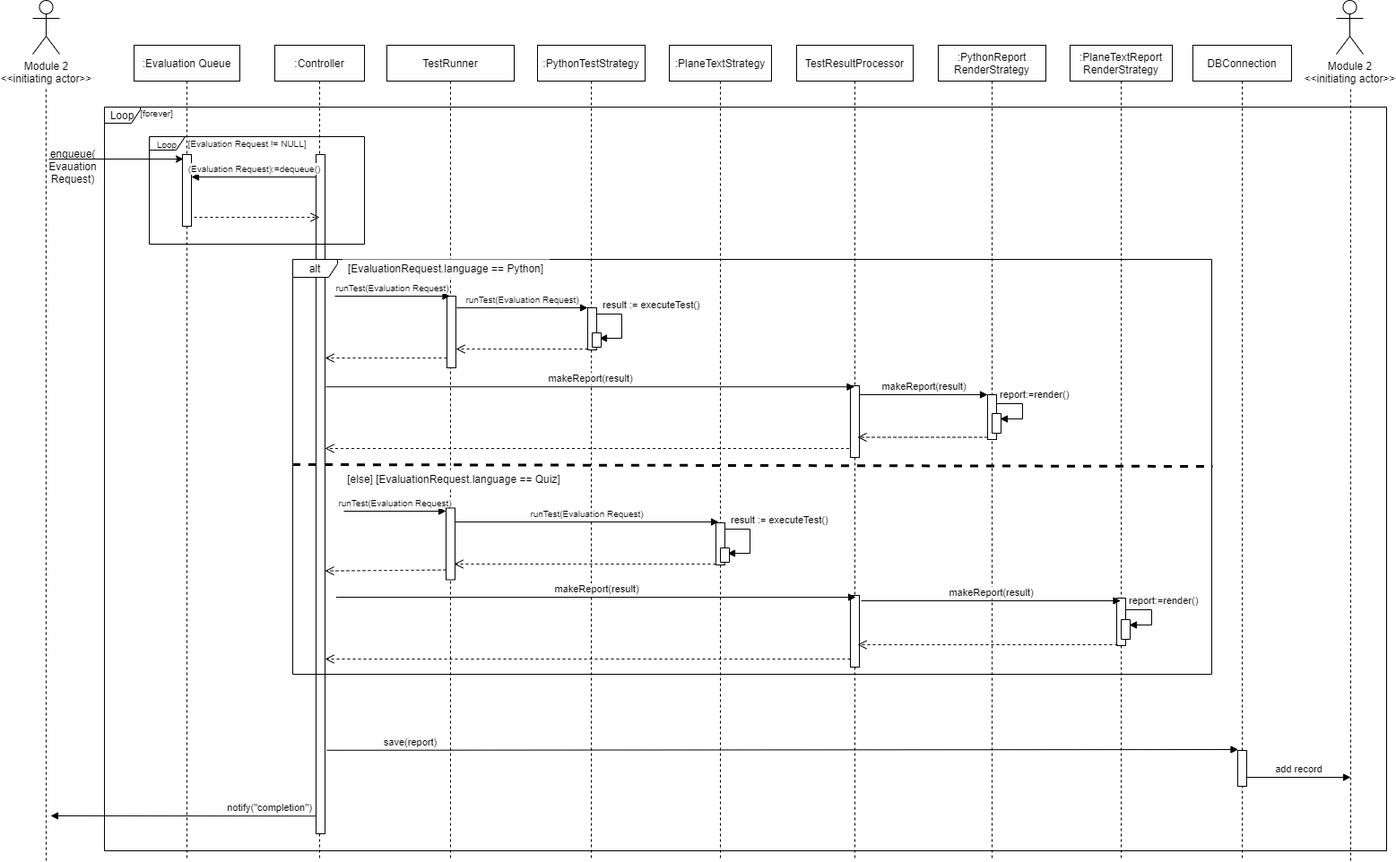
The draw.io diagram System Design/Module3_SystemCore/img/Object_Sequence_Diagram_301.png in SSSSEN666789/SPAMS, before a commit. Source tidied: cells renumbered, new cells last; positions are measured from the earlier drawing's top-left corner, leaving out a move shared by most shapes.
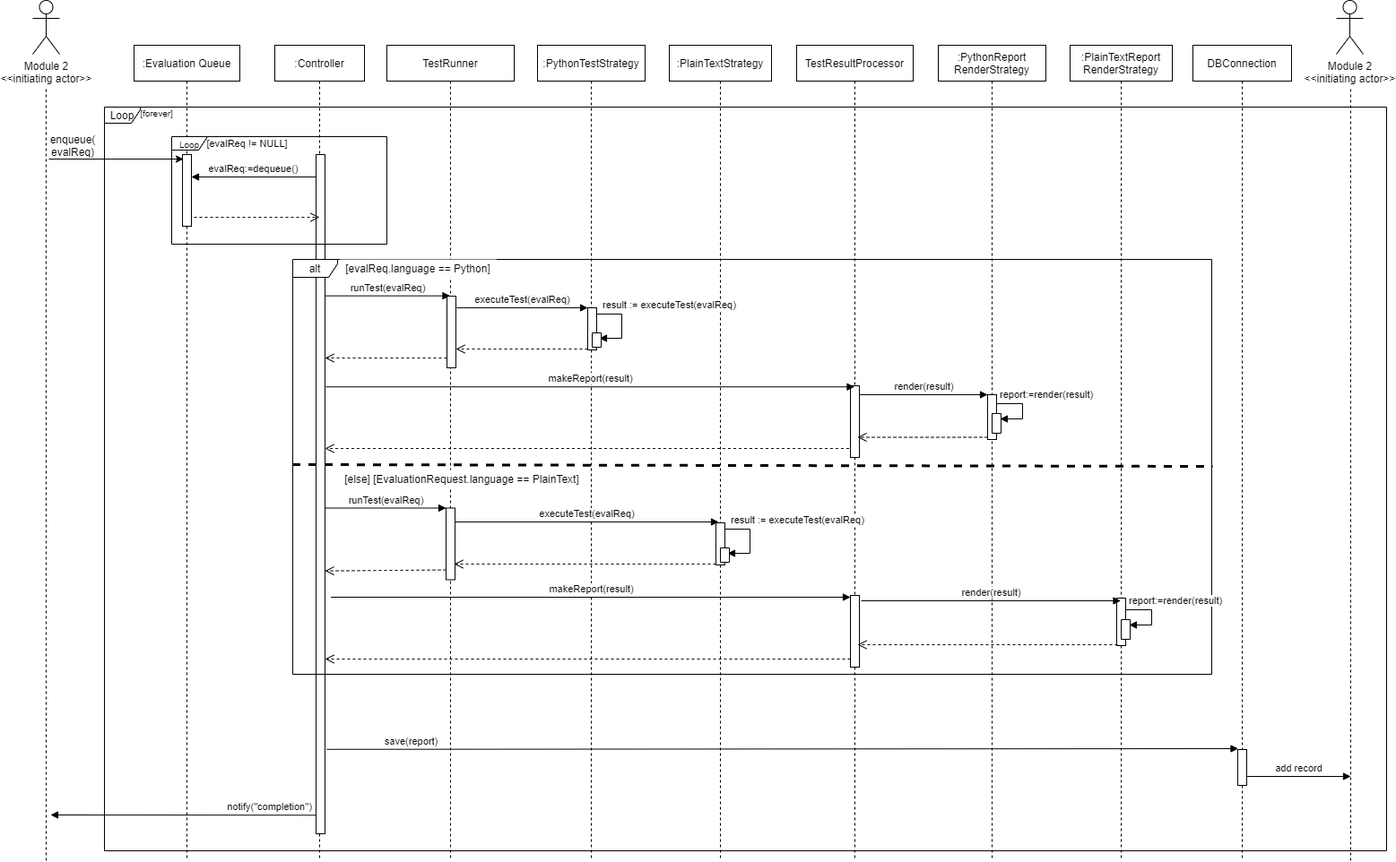
After the change.

Commit message:
Module3-SSD_modify

What changed in the source:
```diff
@@ -2,9 +2,10 @@
   <root>
     <mxCell id="0" />
     <mxCell id="1" parent="0" />
-    <mxCell id="2" value="notify(&quot;completion&quot;)" style="html=1;verticalAlign=bottom;endArrow=block;exitX=0.4;exitY=0.974;exitDx=0;exitDy=0;exitPerimeter=0;" parent="1" edge="1" source="13">
+    <mxCell id="2" value="notify(&quot;completion&quot;)" style="html=1;verticalAlign=bottom;endArrow=block;exitX=0.4;exitY=0.974;exitDx=0;exitDy=0;exitPerimeter=0;" parent="1" edge="1">
       <mxGeometry x="-0.63" relative="1" as="geometry">
-        <mxPoint x="20" y="910" as="targetPoint" />
+        <mxPoint x="320" y="909.3" as="sourcePoint" />
+        <mxPoint x="20" y="909" as="targetPoint" />
       </mxGeometry>
     </mxCell>
     <mxCell id="3" value="Loop" style="shape=umlFrame;whiteSpace=wrap;html=1;width=40;height=18;" parent="1" vertex="1">
@@ -40,8 +41,8 @@
         <mxPoint x="1469.9" y="98" as="targetPoint" />
       </mxGeometry>
     </mxCell>
-    <mxCell id="11" value="enqueue(&lt;br&gt;Evauation&lt;br&gt;Request)" style="text;html=1;strokeColor=none;fillColor=none;align=center;verticalAlign=middle;whiteSpace=wrap;rounded=0;" parent="1" vertex="1">
-      <mxGeometry x="10" y="150" width="70" height="70" as="geometry" />
+    <mxCell id="11" value="enqueue(&lt;br&gt;evalReq)" style="text;html=1;strokeColor=none;fillColor=none;align=center;verticalAlign=middle;whiteSpace=wrap;rounded=0;" parent="1" vertex="1">
+      <mxGeometry x="10" y="127" width="70" height="70" as="geometry" />
     </mxCell>
     <mxCell id="12" style="html=1;perimeter=orthogonalPerimeter;" parent="1" vertex="1">
       <mxGeometry x="167" y="172" width="10" height="80" as="geometry" />
@@ -49,7 +50,7 @@
     <mxCell id="13" style="html=1;points=[];perimeter=orthogonalPerimeter;" parent="1" vertex="1">
       <mxGeometry x="316" y="172" width="10" height="758" as="geometry" />
     </mxCell>
-    <mxCell id="14" value="&lt;font style=&quot;font-size: 10px&quot;&gt;(Evaluation Request):=dequeue()&lt;/font&gt;" style="html=1;verticalAlign=bottom;endArrow=block;" parent="1" edge="1" source="13">
+    <mxCell id="14" value="&lt;font style=&quot;font-size: 11px&quot;&gt;evalReq:=dequeue()&lt;/font&gt;" style="html=1;verticalAlign=bottom;endArrow=block;" parent="1" edge="1" source="13">
       <mxGeometry relative="1" as="geometry">
         <mxPoint x="177" y="197" as="targetPoint" />
       </mxGeometry>
@@ -63,11 +64,6 @@
     <mxCell id="16" value="TestRunner" style="shape=umlLifeline;perimeter=lifelinePerimeter;whiteSpace=wrap;html=1;outlineConnect=0;" parent="1" vertex="1">
       <mxGeometry x="395" y="50" width="142" height="910" as="geometry" />
     </mxCell>
-    <mxCell id="17" value="&lt;font style=&quot;font-size: 10px&quot;&gt;runTest(Evaluation Request)&lt;/font&gt;" style="html=1;verticalAlign=bottom;endArrow=block;" parent="16" edge="1" target="18">
-      <mxGeometry relative="1" as="geometry">
-        <mxPoint x="-48" y="520" as="sourcePoint" />
-      </mxGeometry>
-    </mxCell>
     <mxCell id="18" style="html=1;points=[];perimeter=orthogonalPerimeter;fillColor=#FFFFFF;" parent="16" vertex="1">
       <mxGeometry x="66" y="516.5" width="10" height="80" as="geometry" />
     </mxCell>
@@ -87,23 +83,24 @@
       <mxGeometry x="1294" y="50" width="110" height="910" as="geometry" />
     </mxCell>
     <mxCell id="24" style="html=1;perimeter=orthogonalPerimeter;" parent="23" vertex="1">
-      <mxGeometry x="50" y="787" width="10" height="40" as="geometry" />
+      <mxGeometry x="50" y="786" width="10" height="40" as="geometry" />
     </mxCell>
     <mxCell id="25" value="&lt;font style=&quot;font-size: 10px&quot;&gt;Loop&lt;/font&gt;" style="shape=umlFrame;whiteSpace=wrap;html=1;width=40;height=15;" parent="1" vertex="1">
-      <mxGeometry x="130" y="152" width="240" height="120" as="geometry" />
+      <mxGeometry x="155" y="152" width="240" height="120" as="geometry" />
     </mxCell>
-    <mxCell id="26" value="&lt;font style=&quot;font-size: 10px&quot;&gt;[Evaluation Request != NULL]&lt;/font&gt;" style="text;html=1;strokeColor=none;fillColor=none;align=center;verticalAlign=middle;whiteSpace=wrap;rounded=0;" parent="1" vertex="1">
+    <mxCell id="26" value="&lt;font style=&quot;font-size: 11px&quot;&gt;[evalReq != NULL]&lt;/font&gt;" style="text;html=1;strokeColor=none;fillColor=none;align=center;verticalAlign=middle;whiteSpace=wrap;rounded=0;" parent="1" vertex="1">
       <mxGeometry x="168" y="149" width="143" height="20" as="geometry" />
     </mxCell>
-    <mxCell id="27" value="save(report)" style="html=1;verticalAlign=bottom;endArrow=block;exitX=1.2;exitY=0.877;exitDx=0;exitDy=0;exitPerimeter=0;" parent="1" edge="1" source="13">
+    <mxCell id="27" value="save(report)" style="html=1;verticalAlign=bottom;endArrow=block;exitX=1.2;exitY=0.877;exitDx=0;exitDy=0;exitPerimeter=0;" parent="1" edge="1">
       <mxGeometry x="-0.82" relative="1" as="geometry">
-        <mxPoint x="1344.5" y="836" as="targetPoint" />
+        <mxPoint x="328" y="835.8" as="sourcePoint" />
+        <mxPoint x="1344.5" y="835" as="targetPoint" />
       </mxGeometry>
     </mxCell>
     <mxCell id="28" value="add record" style="html=1;verticalAlign=bottom;endArrow=block;" parent="1" edge="1">
       <mxGeometry relative="1" as="geometry">
-        <mxPoint x="1354" y="867" as="sourcePoint" />
-        <mxPoint x="1470" y="867" as="targetPoint" />
+        <mxPoint x="1354" y="866" as="sourcePoint" />
+        <mxPoint x="1470" y="866" as="targetPoint" />
       </mxGeometry>
     </mxCell>
     <mxCell id="29" value="&lt;font style=&quot;font-size: 10px&quot;&gt;[forever]&lt;/font&gt;" style="text;html=1;strokeColor=none;fillColor=none;align=center;verticalAlign=middle;whiteSpace=wrap;rounded=0;" parent="1" vertex="1">
@@ -112,7 +109,7 @@
     <mxCell id="30" value=":PythonTestStrategy" style="shape=umlLifeline;perimeter=lifelinePerimeter;whiteSpace=wrap;html=1;" parent="1" vertex="1">
       <mxGeometry x="563" y="50" width="120" height="910" as="geometry" />
     </mxCell>
-    <mxCell id="31" value=":PlaneTextStrategy" style="shape=umlLifeline;perimeter=lifelinePerimeter;whiteSpace=wrap;html=1;" parent="1" vertex="1">
+    <mxCell id="31" value=":PlainTextStrategy" style="shape=umlLifeline;perimeter=lifelinePerimeter;whiteSpace=wrap;html=1;" parent="1" vertex="1">
       <mxGeometry x="710" y="50" width="114" height="910" as="geometry" />
     </mxCell>
     <mxCell id="32" style="html=1;points=[];perimeter=orthogonalPerimeter;fillColor=#FFFFFF;" parent="31" vertex="1">
@@ -124,7 +121,7 @@
     <mxCell id="34" style="html=1;points=[];perimeter=orthogonalPerimeter;fillColor=#FFFFFF;" parent="33" vertex="1">
       <mxGeometry x="55" y="390" width="10" height="50" as="geometry" />
     </mxCell>
-    <mxCell id="35" value=":PlaneTextReport&lt;br&gt;RenderStrategy" style="shape=umlLifeline;perimeter=lifelinePerimeter;whiteSpace=wrap;html=1;outlineConnect=0;" parent="1" vertex="1">
+    <mxCell id="35" value=":PlainTextReport&lt;br&gt;RenderStrategy" style="shape=umlLifeline;perimeter=lifelinePerimeter;whiteSpace=wrap;html=1;outlineConnect=0;" parent="1" vertex="1">
       <mxGeometry x="1157" y="50" width="114" height="910" as="geometry" />
     </mxCell>
     <mxCell id="36" style="html=1;perimeter=orthogonalPerimeter;fillColor=#FFFFFF;" parent="35" vertex="1">
@@ -133,24 +130,22 @@
     <mxCell id="37" value="alt" style="shape=umlFrame;whiteSpace=wrap;html=1;width=50;height=20;" parent="1" vertex="1">
       <mxGeometry x="290" y="289" width="1025" height="463" as="geometry" />
     </mxCell>
-    <mxCell id="38" value="[EvaluationRequest.language == Python]" style="text;html=1;strokeColor=none;fillColor=#FFFFFF;align=center;verticalAlign=middle;whiteSpace=wrap;rounded=0;" parent="1" vertex="1">
-      <mxGeometry x="346" y="289" width="230" height="20" as="geometry" />
+    <mxCell id="38" value="[evalReq.language == Python]" style="text;html=1;strokeColor=none;fillColor=#FFFFFF;align=center;verticalAlign=middle;whiteSpace=wrap;rounded=0;" parent="1" vertex="1">
+      <mxGeometry x="343" y="289" width="174" height="20" as="geometry" />
     </mxCell>
-    <mxCell id="39" value="&lt;font style=&quot;font-size: 10px&quot;&gt;runTest(Evaluation Request)&lt;/font&gt;" style="html=1;verticalAlign=bottom;endArrow=block;" parent="1" edge="1" target="16">
-      <mxGeometry relative="1" as="geometry">
-        <mxPoint x="337" y="330" as="sourcePoint" />
-      </mxGeometry>
+    <mxCell id="39" value="&lt;font style=&quot;font-size: 11px&quot;&gt;runTest(evalReq)&lt;/font&gt;" style="html=1;verticalAlign=bottom;endArrow=block;exitX=1;exitY=0.208;exitDx=0;exitDy=0;exitPerimeter=0;" parent="1" edge="1" source="13" target="16">
+      <mxGeometry relative="1" as="geometry" />
     </mxCell>
     <mxCell id="40" style="html=1;points=[];perimeter=orthogonalPerimeter;fillColor=#FFFFFF;" parent="1" vertex="1">
       <mxGeometry x="619" y="343" width="10" height="47" as="geometry" />
     </mxCell>
-    <mxCell id="41" value="&lt;span style=&quot;font-size: 10px&quot;&gt;runTest(Evaluation Request)&lt;br&gt;&lt;/span&gt;" style="html=1;verticalAlign=bottom;endArrow=block;entryX=0;entryY=0;exitX=1.1;exitY=0.163;exitDx=0;exitDy=0;exitPerimeter=0;" parent="1" edge="1" source="19" target="40">
+    <mxCell id="41" value="executeTest(evalReq)" style="html=1;verticalAlign=bottom;endArrow=block;entryX=0;entryY=0;exitX=1.1;exitY=0.163;exitDx=0;exitDy=0;exitPerimeter=0;" parent="1" edge="1" source="19" target="40">
       <mxGeometry relative="1" as="geometry" />
     </mxCell>
     <mxCell id="42" style="html=1;verticalAlign=bottom;endArrow=open;dashed=1;endSize=8;entryX=1;entryY=0.738;entryDx=0;entryDy=0;entryPerimeter=0;" parent="1" edge="1" source="40" target="19">
       <mxGeometry relative="1" as="geometry" />
     </mxCell>
-    <mxCell id="43" value="report:=render()" style="edgeStyle=orthogonalEdgeStyle;html=1;align=left;spacingLeft=2;endArrow=block;rounded=0;exitX=1;exitY=0.213;exitDx=0;exitDy=0;exitPerimeter=0;" parent="1" edge="1">
+    <mxCell id="43" value="report:=render(result)" style="edgeStyle=orthogonalEdgeStyle;html=1;align=left;spacingLeft=2;endArrow=block;rounded=0;exitX=1;exitY=0.213;exitDx=0;exitDy=0;exitPerimeter=0;" parent="1" edge="1">
       <mxGeometry x="-1" y="10" relative="1" as="geometry">
         <mxPoint x="1075" y="450" as="sourcePoint" />
         <mxPoint x="1079" y="467" as="targetPoint" />
@@ -169,7 +164,7 @@
     <mxCell id="46" style="html=1;verticalAlign=bottom;endArrow=open;dashed=1;endSize=8;exitX=0;exitY=0.863;exitDx=0;exitDy=0;exitPerimeter=0;" parent="1" edge="1" source="19" target="13">
       <mxGeometry relative="1" as="geometry" />
     </mxCell>
-    <mxCell id="47" value="makeReport(result)" style="html=1;verticalAlign=bottom;endArrow=block;entryX=0;entryY=0;exitX=1;exitY=0.125;exitDx=0;exitDy=0;exitPerimeter=0;" parent="1" edge="1" source="21" target="34">
+    <mxCell id="47" value="render(result)" style="html=1;verticalAlign=bottom;endArrow=block;entryX=0;entryY=0;exitX=1;exitY=0.125;exitDx=0;exitDy=0;exitPerimeter=0;" parent="1" edge="1" source="21" target="34">
       <mxGeometry relative="1" as="geometry" />
     </mxCell>
     <mxCell id="48" style="html=1;verticalAlign=bottom;endArrow=open;dashed=1;endSize=8;exitX=0;exitY=0.95;entryX=0.8;entryY=0.719;entryDx=0;entryDy=0;entryPerimeter=0;" parent="1" edge="1" source="34" target="21">
@@ -183,7 +178,7 @@
     <mxCell id="50" style="html=1;points=[];perimeter=orthogonalPerimeter;fillColor=#FFFFFF;" parent="1" vertex="1">
       <mxGeometry x="619" y="343" width="10" height="47" as="geometry" />
     </mxCell>
-    <mxCell id="51" value="&lt;span style=&quot;font-size: 10px&quot;&gt;runTest(Evaluation Request)&lt;br&gt;&lt;/span&gt;" style="html=1;verticalAlign=bottom;endArrow=block;entryX=0.3;entryY=-0.021;entryDx=0;entryDy=0;entryPerimeter=0;" parent="1" edge="1" source="18" target="32">
+    <mxCell id="51" value="executeTest(evalReq)&lt;span style=&quot;font-size: 10px&quot;&gt;&lt;br&gt;&lt;/span&gt;" style="html=1;verticalAlign=bottom;endArrow=block;entryX=0.3;entryY=-0.021;entryDx=0;entryDy=0;entryPerimeter=0;" parent="1" edge="1" source="18" target="32">
       <mxGeometry relative="1" as="geometry" />
     </mxCell>
     <mxCell id="52" style="html=1;verticalAlign=bottom;endArrow=open;dashed=1;endSize=8;exitX=0;exitY=0.979;exitDx=0;exitDy=0;exitPerimeter=0;" parent="1" edge="1" source="32">
@@ -194,7 +189,7 @@
     <mxCell id="53" style="html=1;verticalAlign=bottom;endArrow=open;dashed=1;endSize=8;exitX=0;exitY=0.863;exitDx=0;exitDy=0;exitPerimeter=0;entryX=1;entryY=0.613;entryDx=0;entryDy=0;entryPerimeter=0;" parent="1" edge="1" source="18" target="13">
       <mxGeometry relative="1" as="geometry" />
     </mxCell>
-    <mxCell id="54" value="result := executeTest()" style="edgeStyle=orthogonalEdgeStyle;html=1;align=left;spacingLeft=2;endArrow=block;rounded=0;exitX=1;exitY=0.255;exitDx=0;exitDy=0;exitPerimeter=0;" parent="1" edge="1" source="50">
+    <mxCell id="54" value="result :=&amp;nbsp;&lt;span style=&quot;text-align: center&quot;&gt;executeTest(evalReq)&lt;/span&gt;" style="edgeStyle=orthogonalEdgeStyle;html=1;align=left;spacingLeft=2;endArrow=block;rounded=0;exitX=1;exitY=0.255;exitDx=0;exitDy=0;exitPerimeter=0;" parent="1" edge="1" source="50">
       <mxGeometry x="-0.81" y="10" relative="1" as="geometry">
         <mxPoint x="632" y="377" as="targetPoint" />
         <Array as="points">
@@ -207,7 +202,7 @@
     <mxCell id="55" style="html=1;perimeter=orthogonalPerimeter;direction=south;" parent="1" vertex="1">
       <mxGeometry x="624" y="371" width="10" height="16" as="geometry" />
     </mxCell>
-    <mxCell id="56" value="result := executeTest()" style="edgeStyle=orthogonalEdgeStyle;html=1;align=left;spacingLeft=2;endArrow=block;rounded=0;exitX=1;exitY=0.255;exitDx=0;exitDy=0;exitPerimeter=0;" parent="1" edge="1">
+    <mxCell id="56" value="result :=&amp;nbsp;&lt;span style=&quot;text-align: center&quot;&gt;executeTest(evalReq)&lt;/span&gt;" style="edgeStyle=orthogonalEdgeStyle;html=1;align=left;spacingLeft=2;endArrow=block;rounded=0;exitX=1;exitY=0.255;exitDx=0;exitDy=0;exitPerimeter=0;" parent="1" edge="1">
       <mxGeometry x="-0.81" y="10" relative="1" as="geometry">
         <mxPoint x="772" y="595" as="sourcePoint" />
         <mxPoint x="775" y="617" as="targetPoint" />
@@ -227,13 +222,13 @@
         <mxPoint x="1316" y="520" as="targetPoint" />
       </mxGeometry>
     </mxCell>
-    <mxCell id="59" value="[else] [EvaluationRequest.language == Quiz]" style="text;html=1;strokeColor=none;fillColor=#FFFFFF;align=center;verticalAlign=middle;whiteSpace=wrap;rounded=0;" parent="1" vertex="1">
-      <mxGeometry x="346" y="524" width="248" height="20" as="geometry" />
+    <mxCell id="59" value="[else] [EvaluationRequest.language == PlainText]" style="text;html=1;strokeColor=none;fillColor=#FFFFFF;align=center;verticalAlign=middle;whiteSpace=wrap;rounded=0;" parent="1" vertex="1">
+      <mxGeometry x="342" y="524" width="274" height="20" as="geometry" />
     </mxCell>
     <mxCell id="60" value="makeReport(result)" style="html=1;verticalAlign=bottom;endArrow=block;" parent="1" edge="1">
       <mxGeometry relative="1" as="geometry">
-        <mxPoint x="338.5" y="666" as="sourcePoint" />
-        <mxPoint x="918" y="666" as="targetPoint" />
+        <mxPoint x="332.5" y="666" as="sourcePoint" />
+        <mxPoint x="912" y="666" as="targetPoint" />
       </mxGeometry>
     </mxCell>
     <mxCell id="61" style="html=1;verticalAlign=bottom;endArrow=open;dashed=1;endSize=8;exitX=0;exitY=0.95;" parent="1" edge="1" target="13">
@@ -241,7 +236,7 @@
         <mxPoint x="912" y="735" as="sourcePoint" />
       </mxGeometry>
     </mxCell>
-    <mxCell id="62" value="makeReport(result)" style="html=1;verticalAlign=bottom;endArrow=block;exitX=1;exitY=0.125;exitDx=0;exitDy=0;exitPerimeter=0;" parent="1" edge="1" target="35">
+    <mxCell id="62" value="render(result)" style="html=1;verticalAlign=bottom;endArrow=block;exitX=1;exitY=0.125;exitDx=0;exitDy=0;exitPerimeter=0;" parent="1" edge="1" target="35">
       <mxGeometry relative="1" as="geometry">
         <mxPoint x="924" y="670" as="sourcePoint" />
       </mxGeometry>
@@ -252,7 +247,7 @@
         <mxPoint x="920" y="719" as="targetPoint" />
       </mxGeometry>
     </mxCell>
-    <mxCell id="64" value="report:=render()" style="edgeStyle=orthogonalEdgeStyle;html=1;align=left;spacingLeft=2;endArrow=block;rounded=0;exitX=1;exitY=0.213;exitDx=0;exitDy=0;exitPerimeter=0;" parent="1" edge="1">
+    <mxCell id="64" value="report:=render(result)" style="edgeStyle=orthogonalEdgeStyle;html=1;align=left;spacingLeft=2;endArrow=block;rounded=0;exitX=1;exitY=0.213;exitDx=0;exitDy=0;exitPerimeter=0;" parent="1" edge="1">
       <mxGeometry x="-1" y="10" relative="1" as="geometry">
         <mxPoint x="1219" y="680" as="sourcePoint" />
         <mxPoint x="1223" y="697" as="targetPoint" />
@@ -265,5 +260,8 @@
     <mxCell id="65" style="html=1;perimeter=orthogonalPerimeter;direction=south;" parent="1" vertex="1">
       <mxGeometry x="1214" y="691" width="10" height="22" as="geometry" />
     </mxCell>
+    <mxCell id="17" value="runTest(evalReq)" style="html=1;verticalAlign=bottom;endArrow=block;" parent="1" edge="1" source="13" target="18">
+      <mxGeometry relative="1" as="geometry" />
+    </mxCell>
   </root>
 </mxGraphModel>
```
